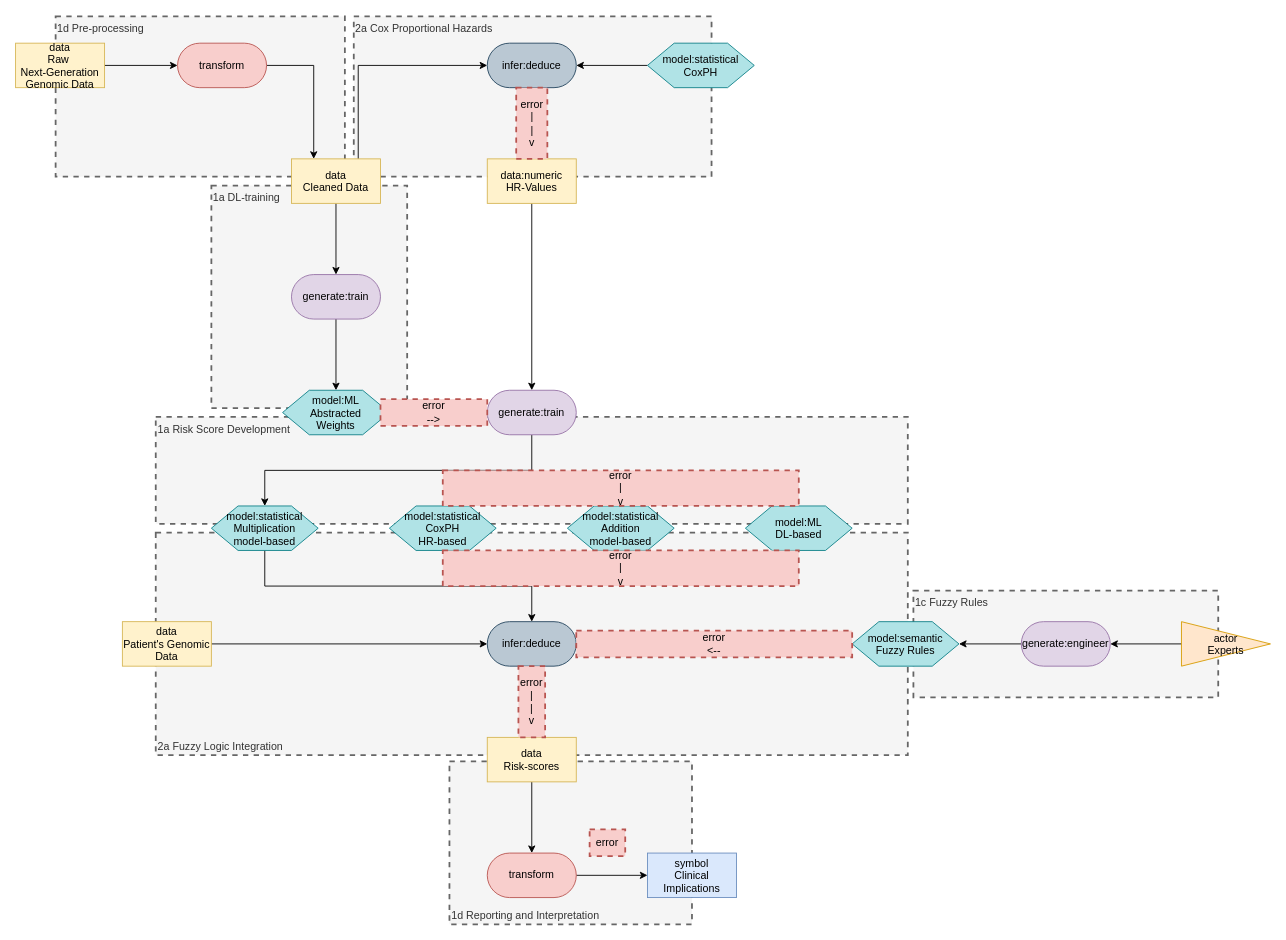
This is page "Page-1" (1 of 2) of medical patterns to boxologies/ML Pre-processes input data for Rule-Based inference (MLRB)/Applications of Deep Learning and Fuzzy Systems to Detect Cancer Mortality in Next-Generation Genomic Data.drawio from zonnesmit/thesis, a draw.io file, before an edit. Source tidied: cells renumbered, new cells numbered last; positions are measured from the earlier drawing's top-left corner, leaving out a move shared by most shapes. Both pictures are drawn from the tidied source at 89%, with x=0, y=0 at pixel (15, 16).
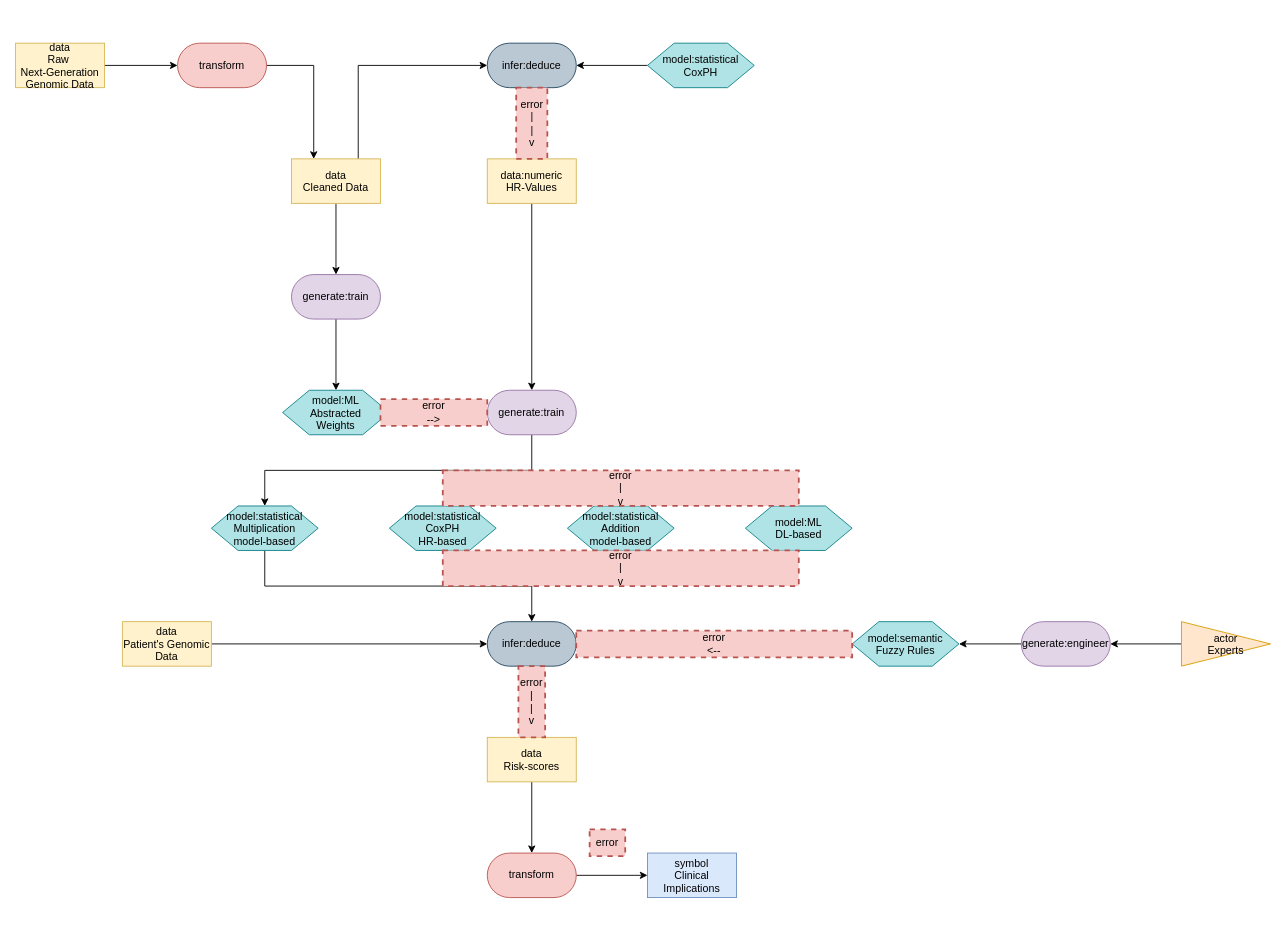
The same page after the edit.

What changed in the source:
```diff
@@
-    <mxCell id="2" value="1d Reporting and Interpretation" style="text;html=1;align=left;verticalAlign=bottom;whiteSpace=wrap;rounded=0;dashed=1;fillColor=#f5f5f5;fontColor=#333333;strokeColor=#666666;strokeWidth=2;" parent="1" vertex="1">
-      <mxGeometry x="487.5" y="837" width="272.5" height="183" as="geometry" />
-    </mxCell>
-    <mxCell id="3" value="1c Fuzzy Rules" style="text;html=1;align=left;verticalAlign=top;whiteSpace=wrap;rounded=0;dashed=1;fillColor=#f5f5f5;fontColor=#333333;strokeColor=#666666;strokeWidth=2;" parent="1" vertex="1">
-      <mxGeometry x="1008.8" y="645" width="342.5" height="120" as="geometry" />
-    </mxCell>
-    <mxCell id="4" value="2a Fuzzy Logic Integration" style="text;html=1;align=left;verticalAlign=bottom;whiteSpace=wrap;rounded=0;dashed=1;fillColor=#f5f5f5;fontColor=#333333;strokeColor=#666666;strokeWidth=2;" parent="1" vertex="1">
-      <mxGeometry x="157.5" y="580" width="845" height="250" as="geometry" />
-    </mxCell>
-    <mxCell id="5" value="1a Risk Score Development" style="text;html=1;align=left;verticalAlign=top;whiteSpace=wrap;rounded=0;dashed=1;fillColor=#f5f5f5;fontColor=#333333;strokeColor=#666666;strokeWidth=2;" parent="1" vertex="1">
-      <mxGeometry x="157.5" y="450" width="845" height="120" as="geometry" />
-    </mxCell>
-    <mxCell id="6" value="1a DL-training" style="text;html=1;align=left;verticalAlign=top;whiteSpace=wrap;rounded=0;dashed=1;fillColor=#f5f5f5;fontColor=#333333;strokeColor=#666666;strokeWidth=2;" parent="1" vertex="1">
-      <mxGeometry x="220" y="190" width="220" height="250" as="geometry" />
-    </mxCell>
-    <mxCell id="7" value="2a Cox Proportional Hazards" style="text;html=1;align=left;verticalAlign=top;whiteSpace=wrap;rounded=0;dashed=1;fillColor=#f5f5f5;fontColor=#333333;strokeColor=#666666;strokeWidth=2;" parent="1" vertex="1">
-      <mxGeometry x="380" width="402" height="180" as="geometry" />
-    </mxCell>
-    <mxCell id="8" value="1d Pre-processing" style="text;html=1;align=left;verticalAlign=top;whiteSpace=wrap;rounded=0;dashed=1;fillColor=#f5f5f5;fontColor=#333333;strokeColor=#666666;strokeWidth=2;" parent="1" vertex="1">
-      <mxGeometry x="45" width="325" height="180" as="geometry" />
-    </mxCell>
```
